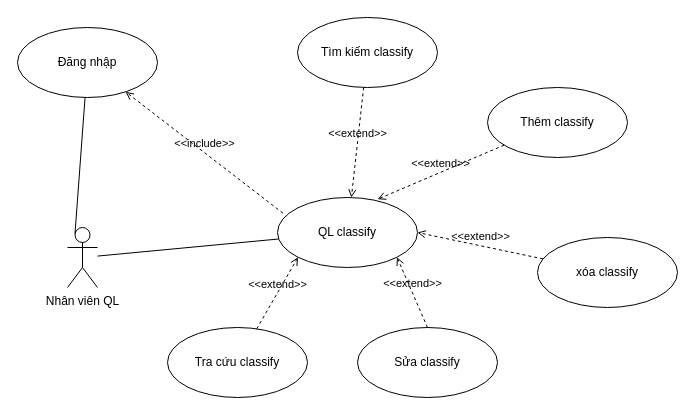
This is UseCase Diagram/UsecaseClassify.drawio from hungtadasuke/CoffeShop_SoftwareTechnology, a draw.io file, before an edit. Source tidied: cells renumbered, new cells numbered last; positions are measured from the earlier drawing's top-left corner, leaving out a move shared by most shapes. Both pictures are drawn from the tidied source at 100%, with x=0, y=0 at pixel (17, 17).
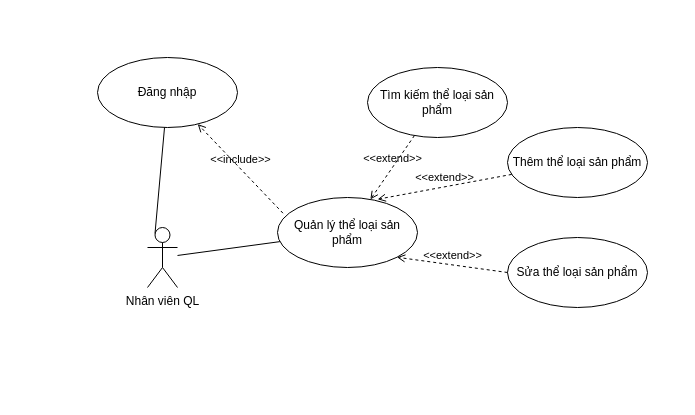
The same page after the edit.

The edit, as a diff of the source:
```diff
@@
 <mxGraphModel>
   <root>
     <mxCell id="0" />
     <mxCell id="1" parent="0" />
-    <mxCell id="2" value="QL classify" style="ellipse;whiteSpace=wrap;html=1;" parent="1" vertex="1">
+    <mxCell id="2" value="Quản lý thể loại sản phẩm" style="ellipse;whiteSpace=wrap;html=1;" parent="1" vertex="1">
       <mxGeometry x="260" y="180" width="140" height="70" as="geometry" />
     </mxCell>
     <mxCell id="3" value="Đăng nhập" style="ellipse;whiteSpace=wrap;html=1;" parent="1" vertex="1">
-      <mxGeometry y="10" width="140" height="70" as="geometry" />
+      <mxGeometry x="80" y="40" width="140" height="70" as="geometry" />
     </mxCell>
     <mxCell id="4" style="endArrow=none;html=1;rounded=0;" parent="1" edge="1" source="17" target="2">
       <mxGeometry relative="1" as="geometry" />
     </mxCell>
     <mxCell id="5" style="endArrow=none;html=1;rounded=0;exitX=0.25;exitY=0.1;exitDx=0;exitDy=0;exitPerimeter=0;" parent="1" edge="1" source="17" target="3">
       <mxGeometry relative="1" as="geometry" />
     </mxCell>
-    <mxCell id="6" value="Tìm kiếm classify" style="ellipse;whiteSpace=wrap;html=1;" parent="1" vertex="1">
-      <mxGeometry x="280" width="140" height="70" as="geometry" />
+    <mxCell id="6" value="Tìm kiếm thể loại sản phẩm" style="ellipse;whiteSpace=wrap;html=1;" parent="1" vertex="1">
+      <mxGeometry x="350" y="50" width="140" height="70" as="geometry" />
     </mxCell>
-    <mxCell id="7" value="Thêm classify" style="ellipse;whiteSpace=wrap;html=1;" parent="1" vertex="1">
-      <mxGeometry x="470" y="70" width="140" height="70" as="geometry" />
+    <mxCell id="7" value="Thêm thể loại sản phẩm" style="ellipse;whiteSpace=wrap;html=1;" parent="1" vertex="1">
+      <mxGeometry x="490" y="110" width="140" height="70" as="geometry" />
     </mxCell>
-    <mxCell id="8" value="xóa classify" style="ellipse;whiteSpace=wrap;html=1;" parent="1" vertex="1">
-      <mxGeometry x="520" y="220" width="140" height="70" as="geometry" />
-    </mxCell>
-    <mxCell id="9" value="Sửa classify" style="ellipse;whiteSpace=wrap;html=1;" parent="1" vertex="1">
-      <mxGeometry x="340" y="310" width="140" height="70" as="geometry" />
+    <mxCell id="9" value="Sửa thể loại sản phẩm" style="ellipse;whiteSpace=wrap;html=1;" parent="1" vertex="1">
+      <mxGeometry x="490" y="220" width="140" height="70" as="geometry" />
     </mxCell>
-    <mxCell id="10" value="Tra cứu classify" style="ellipse;whiteSpace=wrap;html=1;" parent="1" vertex="1">
-      <mxGeometry x="150" y="310" width="140" height="70" as="geometry" />
-    </mxCell>
     <mxCell id="11" value="&amp;lt;&amp;lt;extend&amp;gt;&amp;gt;" style="html=1;verticalAlign=bottom;labelBackgroundColor=none;endArrow=open;endFill=0;dashed=1;rounded=0;" parent="1" edge="1" source="6" target="2">
       <mxGeometry relative="1" as="geometry" />
     </mxCell>
     <mxCell id="12" value="&amp;lt;&amp;lt;extend&amp;gt;&amp;gt;" style="html=1;verticalAlign=bottom;labelBackgroundColor=none;endArrow=open;endFill=0;dashed=1;rounded=0;entryX=0.715;entryY=0.025;entryDx=0;entryDy=0;entryPerimeter=0;" parent="1" edge="1" source="7" target="2">
       <mxGeometry relative="1" as="geometry" />
     </mxCell>
-    <mxCell id="13" value="&amp;lt;&amp;lt;extend&amp;gt;&amp;gt;" style="html=1;verticalAlign=bottom;labelBackgroundColor=none;endArrow=open;endFill=0;dashed=1;rounded=0;entryX=1;entryY=0.5;entryDx=0;entryDy=0;" parent="1" edge="1" source="8" target="2">
-      <mxGeometry relative="1" as="geometry" />
-    </mxCell>
-    <mxCell id="14" value="&amp;lt;&amp;lt;extend&amp;gt;&amp;gt;" style="html=1;verticalAlign=bottom;labelBackgroundColor=none;endArrow=open;endFill=0;dashed=1;rounded=0;entryX=1;entryY=1;entryDx=0;entryDy=0;exitX=0.5;exitY=0;exitDx=0;exitDy=0;" parent="1" edge="1" source="9" target="2">
+    <mxCell id="14" value="&amp;lt;&amp;lt;extend&amp;gt;&amp;gt;" style="html=1;verticalAlign=bottom;labelBackgroundColor=none;endArrow=open;endFill=0;dashed=1;rounded=0;entryX=1;entryY=1;entryDx=0;entryDy=0;exitX=0;exitY=0.5;exitDx=0;exitDy=0;" parent="1" edge="1" source="9" target="2">
       <mxGeometry relative="1" as="geometry" />
     </mxCell>
-    <mxCell id="15" value="&amp;lt;&amp;lt;extend&amp;gt;&amp;gt;" style="html=1;verticalAlign=bottom;labelBackgroundColor=none;endArrow=open;endFill=0;dashed=1;rounded=0;entryX=0;entryY=1;entryDx=0;entryDy=0;" parent="1" edge="1" source="10" target="2">
-      <mxGeometry relative="1" as="geometry" />
-    </mxCell>
     <mxCell id="16" value="&amp;lt;&amp;lt;include&amp;gt;&amp;gt;" style="html=1;verticalAlign=bottom;labelBackgroundColor=none;endArrow=open;endFill=0;dashed=1;rounded=0;exitX=0.039;exitY=0.224;exitDx=0;exitDy=0;exitPerimeter=0;" parent="1" edge="1" source="2" target="3">
       <mxGeometry relative="1" as="geometry" />
     </mxCell>
     <mxCell id="17" value="Nhân viên QL" style="shape=umlActor;verticalLabelPosition=bottom;verticalAlign=top;html=1;" parent="1" vertex="1">
-      <mxGeometry x="50" y="210" width="30" height="60" as="geometry" />
+      <mxGeometry x="130" y="210" width="30" height="60" as="geometry" />
     </mxCell>
   </root>
 </mxGraphModel>
```
